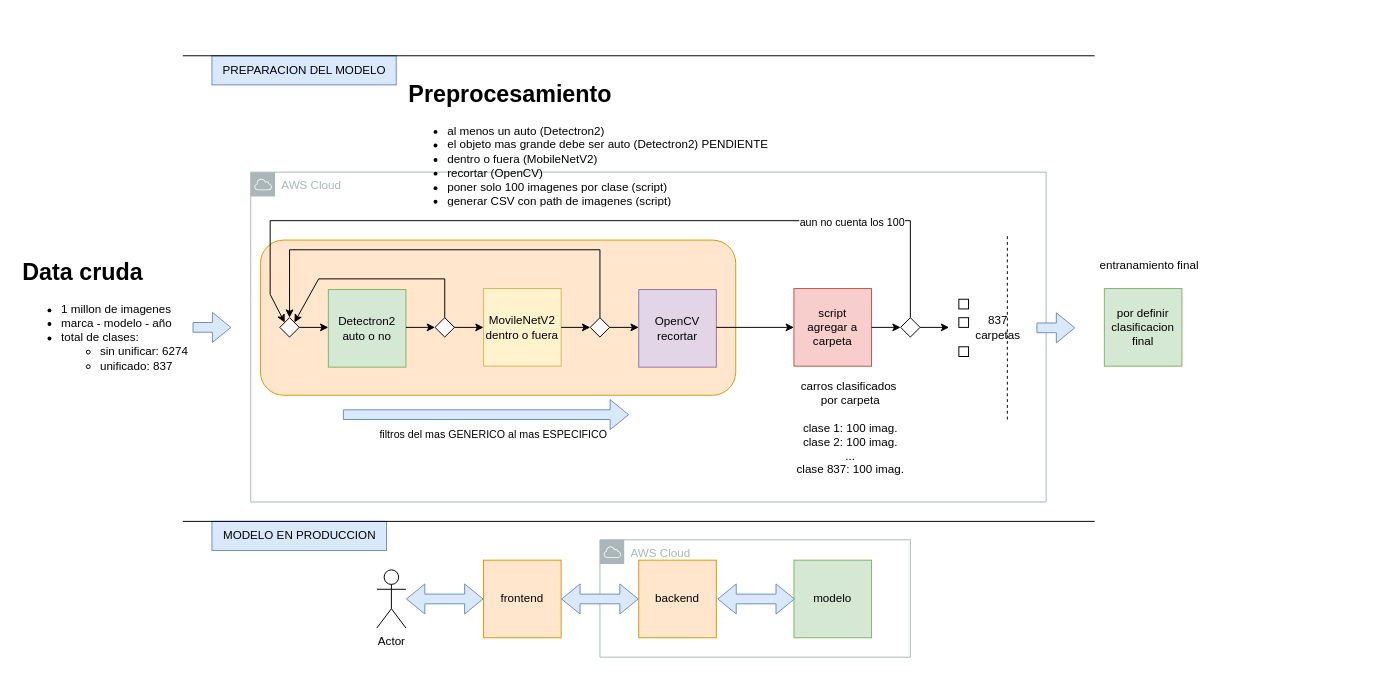
Above: documentation/Diagrama sin título.drawio in josueelias9/AI-resnet_retraining (draw.io), before the change. Source tidied: cells renumbered, new cells numbered last; positions are measured from the earlier drawing's top-left corner, leaving out a move shared by most shapes. Both pictures are drawn from the tidied source at 97%, with x=0, y=0 at pixel (17, 55).
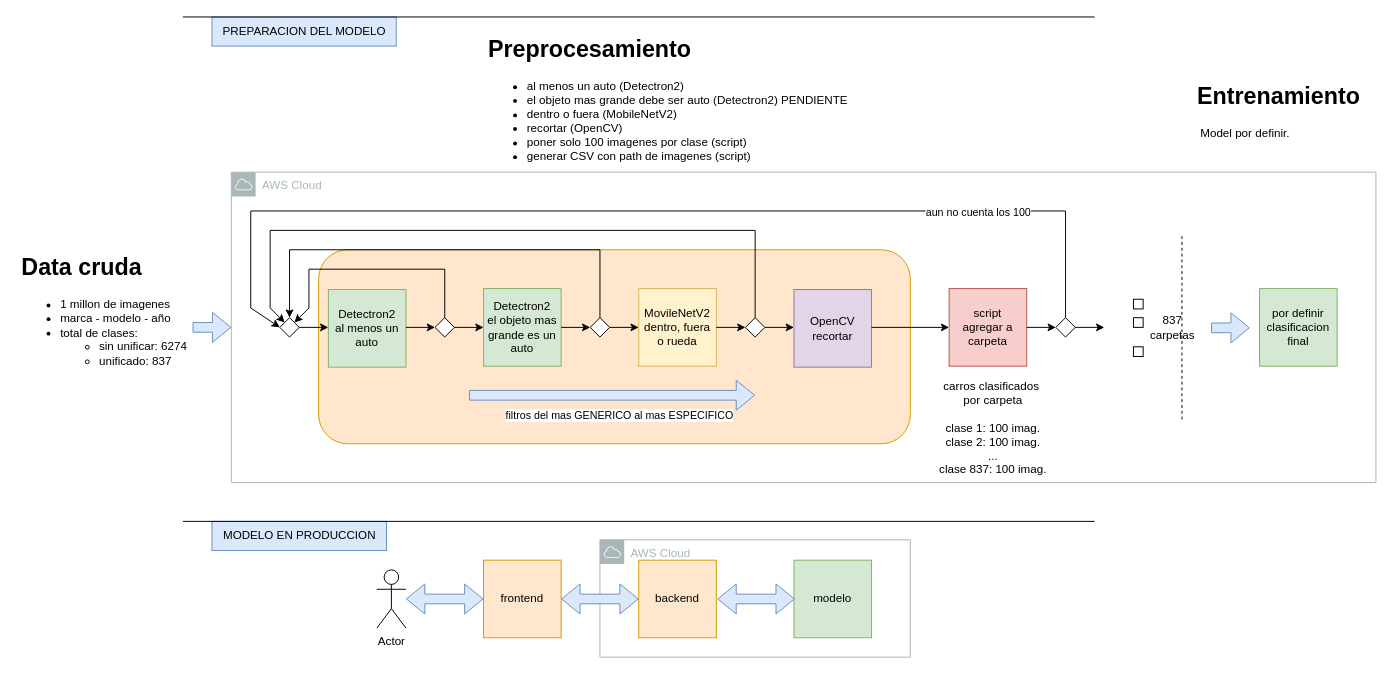
After the change.

Unchanged cells that the change refers to:
```xml
<mxCell id="35" style="rhombus;whiteSpace=wrap;html=1;" parent="1" vertex="1">
  <mxGeometry x="270" y="270" width="20" height="20" as="geometry" />
</mxCell>
```

Diff of the diagram source:
```diff
@@
     <mxCell id="2" value="AWS Cloud" style="sketch=0;gradientColor=none;html=1;whiteSpace=wrap;fontSize=12;fontStyle=0;shape=mxgraph.aws4.group;grIcon=mxgraph.aws4.group_aws_cloud;strokeColor=#AAB7B8;fillColor=none;verticalAlign=top;align=left;spacingLeft=30;fontColor=#AAB7B8;dashed=0;" parent="1" vertex="1">
-      <mxGeometry x="240" y="120" width="820" height="340" as="geometry" />
+      <mxGeometry x="220" y="120" width="1180" height="320" as="geometry" />
     </mxCell>
     <mxCell id="3" style="rounded=1;whiteSpace=wrap;html=1;fillColor=#ffe6cc;strokeColor=#d79b00;" parent="1" vertex="1">
-      <mxGeometry x="250" y="190" width="490" height="160" as="geometry" />
+      <mxGeometry x="310" y="200" width="610" height="200" as="geometry" />
     </mxCell>
@@
-    <mxCell id="5" value="Detectron2&lt;br&gt;auto o no" style="whiteSpace=wrap;html=1;fillColor=#d5e8d4;strokeColor=#82b366;" parent="1" vertex="1">
+    <mxCell id="5" value="Detectron2&lt;br&gt;al menos un auto" style="whiteSpace=wrap;html=1;fillColor=#d5e8d4;strokeColor=#82b366;" parent="1" vertex="1">
       <mxGeometry x="320" y="241" width="80" height="80" as="geometry" />
     </mxCell>
@@
-    <mxCell id="7" value="MovileNetV2&lt;br&gt;dentro o fuera" style="whiteSpace=wrap;html=1;fillColor=#fff2cc;strokeColor=#d6b656;" parent="1" vertex="1">
-      <mxGeometry x="480" y="240" width="80" height="80" as="geometry" />
+    <mxCell id="7" value="MovileNetV2&lt;br&gt;dentro, fuera o rueda" style="whiteSpace=wrap;html=1;fillColor=#fff2cc;strokeColor=#d6b656;" parent="1" vertex="1">
+      <mxGeometry x="640" y="240" width="80" height="80" as="geometry" />
     </mxCell>
     <mxCell id="8" style="shape=flexArrow;endArrow=classic;html=1;rounded=0;fillColor=#dae8fc;strokeColor=#6c8ebf;" parent="1" edge="1">
       <mxGeometry relative="1" as="geometry">
-        <mxPoint x="1050" y="280.5" as="sourcePoint" />
-        <mxPoint x="1090" y="280.5" as="targetPoint" />
+        <mxPoint x="1230" y="280.5" as="sourcePoint" />
+        <mxPoint x="1270" y="280.5" as="targetPoint" />
       </mxGeometry>
     </mxCell>
     <mxCell id="9" value="carros clasificados&amp;nbsp;&lt;br&gt;por carpeta&lt;br&gt;&lt;br&gt;clase 1: 100 imag.&lt;br&gt;clase 2: 100&amp;nbsp;imag.&lt;br&gt;...&lt;br&gt;clase 837: 100&amp;nbsp;imag." style="text;html=1;align=center;verticalAlign=middle;strokeColor=none;fillColor=none;" parent="1" vertex="1">
-      <mxGeometry x="793" y="327" width="129" height="113" as="geometry" />
+      <mxGeometry x="940" y="327" width="129" height="113" as="geometry" />
     </mxCell>
     <mxCell id="10" value="OpenCV&lt;br&gt;recortar" style="whiteSpace=wrap;html=1;fillColor=#e1d5e7;strokeColor=#9673a6;" parent="1" vertex="1">
-      <mxGeometry x="640" y="241" width="80" height="80" as="geometry" />
+      <mxGeometry x="800" y="241" width="80" height="80" as="geometry" />
     </mxCell>
     <mxCell id="11" value="por definir&lt;br&gt;clasificacion final" style="whiteSpace=wrap;html=1;fillColor=#d5e8d4;strokeColor=#82b366;" parent="1" vertex="1">
-      <mxGeometry x="1120" y="240" width="80" height="80" as="geometry" />
+      <mxGeometry x="1280" y="240" width="80" height="80" as="geometry" />
     </mxCell>
     <mxCell id="12" value="script&lt;br&gt;agregar a carpeta" style="whiteSpace=wrap;html=1;fillColor=#f8cecc;strokeColor=#b85450;" parent="1" vertex="1">
-      <mxGeometry x="800" y="240" width="80" height="80" as="geometry" />
+      <mxGeometry x="960" y="240" width="80" height="80" as="geometry" />
     </mxCell>
-    <mxCell id="13" value="entranamiento final" style="text;html=1;align=center;verticalAlign=middle;strokeColor=none;fillColor=none;" parent="1" vertex="1">
-      <mxGeometry x="1106" y="203" width="120" height="26" as="geometry" />
-    </mxCell>
     <mxCell id="14" style="endArrow=none;dashed=1;html=1;rounded=0;" parent="1" edge="1">
       <mxGeometry relative="1" as="geometry">
-        <mxPoint x="1020" y="375" as="sourcePoint" />
-        <mxPoint x="1020" y="185" as="targetPoint" />
+        <mxPoint x="1200" y="375" as="sourcePoint" />
+        <mxPoint x="1200" y="185" as="targetPoint" />
       </mxGeometry>
     </mxCell>
     <mxCell id="15" style="shape=flexArrow;endArrow=classic;html=1;rounded=0;fillColor=#dae8fc;strokeColor=#6c8ebf;" parent="1" edge="1">
       <mxGeometry relative="1" as="geometry">
-        <mxPoint x="335" y="370" as="sourcePoint" />
-        <mxPoint x="630" y="370" as="targetPoint" />
+        <mxPoint x="465" y="350" as="sourcePoint" />
+        <mxPoint x="760" y="350" as="targetPoint" />
       </mxGeometry>
     </mxCell>
@@
     <mxCell id="17" style="rounded=0;whiteSpace=wrap;html=1;" parent="1" vertex="1">
-      <mxGeometry x="970" y="251" width="10" height="10" as="geometry" />
+      <mxGeometry x="1150" y="251" width="10" height="10" as="geometry" />
     </mxCell>
     <mxCell id="18" style="rounded=0;whiteSpace=wrap;html=1;" parent="1" vertex="1">
-      <mxGeometry x="970" y="270" width="10" height="10" as="geometry" />
+      <mxGeometry x="1150" y="270" width="10" height="10" as="geometry" />
     </mxCell>
     <mxCell id="19" style="rounded=0;whiteSpace=wrap;html=1;" parent="1" vertex="1">
-      <mxGeometry x="970" y="300" width="10" height="10" as="geometry" />
+      <mxGeometry x="1150" y="300" width="10" height="10" as="geometry" />
     </mxCell>
     <mxCell id="20" value="837&lt;br&gt;carpetas" style="text;html=1;align=center;verticalAlign=middle;strokeColor=none;fillColor=none;" parent="1" vertex="1">
-      <mxGeometry x="975" y="260" width="70" height="40" as="geometry" />
+      <mxGeometry x="1155" y="260" width="70" height="40" as="geometry" />
     </mxCell>
@@
     <mxCell id="28" value="PREPARACION DEL MODELO" style="text;html=1;align=center;verticalAlign=middle;strokeColor=#6c8ebf;fillColor=#dae8fc;" parent="1" vertex="1">
-      <mxGeometry x="200" width="190" height="30" as="geometry" />
+      <mxGeometry x="200" y="-40" width="190" height="30" as="geometry" />
     </mxCell>
@@
-    <mxCell id="32" style="endArrow=classic;html=1;rounded=0;entryX=0;entryY=0.5;entryDx=0;entryDy=0;" parent="1" edge="1" target="7">
+    <mxCell id="32" style="endArrow=classic;html=1;rounded=0;entryX=0;entryY=0.5;entryDx=0;entryDy=0;" parent="1" edge="1" target="50">
       <mxGeometry relative="1" as="geometry">
         <mxPoint x="450" y="280" as="sourcePoint" />
       </mxGeometry>
     </mxCell>
@@
     <mxCell id="34" style="endArrow=classic;html=1;rounded=0;exitX=0.5;exitY=0;exitDx=0;exitDy=0;entryX=1;entryY=0;entryDx=0;entryDy=0;" parent="1" edge="1">
       <mxGeometry relative="1" as="geometry">
         <mxPoint x="440" y="270" as="sourcePoint" />
         <mxPoint x="285" y="275" as="targetPoint" />
         <Array as="points">
-          <mxPoint x="440" y="230" />
-          <mxPoint x="310" y="230" />
+          <mxPoint x="440" y="220" />
+          <mxPoint x="300" y="220" />
+          <mxPoint x="300" y="260" />
         </Array>
       </mxGeometry>
     </mxCell>
@@
     <mxCell id="37" style="endArrow=classic;html=1;rounded=0;entryX=0;entryY=0.5;entryDx=0;entryDy=0;" parent="1" edge="1">
       <mxGeometry relative="1" as="geometry">
-        <mxPoint x="560" y="280" as="sourcePoint" />
-        <mxPoint x="590" y="280" as="targetPoint" />
+        <mxPoint x="720" y="280" as="sourcePoint" />
+        <mxPoint x="750" y="280" as="targetPoint" />
       </mxGeometry>
     </mxCell>
     <mxCell id="38" style="endArrow=classic;html=1;rounded=0;entryX=0;entryY=0.5;entryDx=0;entryDy=0;" parent="1" edge="1">
       <mxGeometry relative="1" as="geometry">
-        <mxPoint x="610" y="280" as="sourcePoint" />
-        <mxPoint x="640" y="280" as="targetPoint" />
+        <mxPoint x="770" y="280" as="sourcePoint" />
+        <mxPoint x="800" y="280" as="targetPoint" />
       </mxGeometry>
     </mxCell>
     <mxCell id="39" style="endArrow=classic;html=1;rounded=0;entryX=0;entryY=0.5;entryDx=0;entryDy=0;" parent="1" edge="1" target="12">
       <mxGeometry relative="1" as="geometry">
-        <mxPoint x="720" y="280" as="sourcePoint" />
+        <mxPoint x="880" y="280" as="sourcePoint" />
       </mxGeometry>
     </mxCell>
     <mxCell id="40" style="rhombus;whiteSpace=wrap;html=1;" parent="1" vertex="1">
-      <mxGeometry x="590" y="270" width="20" height="20" as="geometry" />
+      <mxGeometry x="750" y="270" width="20" height="20" as="geometry" />
     </mxCell>
-    <mxCell id="41" style="endArrow=classic;html=1;rounded=0;entryX=0.5;entryY=0;entryDx=0;entryDy=0;" parent="1" edge="1" target="35">
+    <mxCell id="41" style="endArrow=classic;html=1;rounded=0;entryX=0;entryY=0;entryDx=0;entryDy=0;exitX=0.5;exitY=0;exitDx=0;exitDy=0;" parent="1" edge="1" source="40" target="35">
       <mxGeometry relative="1" as="geometry">
-        <mxPoint x="600" y="270" as="sourcePoint" />
         <Array as="points">
-          <mxPoint x="600" y="200" />
-          <mxPoint x="280" y="200" />
+          <mxPoint x="760" y="180" />
+          <mxPoint x="260" y="180" />
+          <mxPoint x="260" y="260" />
         </Array>
       </mxGeometry>
     </mxCell>
     <mxCell id="42" style="endArrow=none;html=1;rounded=0;" parent="1" edge="1">
       <mxGeometry relative="1" as="geometry">
-        <mxPoint x="170" as="sourcePoint" />
-        <mxPoint x="1110" as="targetPoint" />
+        <mxPoint x="170" y="-40" as="sourcePoint" />
+        <mxPoint x="1110" y="-40" as="targetPoint" />
       </mxGeometry>
     </mxCell>
     <mxCell id="43" value="&lt;h1&gt;Data cruda&lt;/h1&gt;&lt;ul&gt;&lt;li&gt;&lt;span style=&quot;&quot;&gt;1 millon de imagenes&lt;/span&gt;&lt;/li&gt;&lt;li&gt;&lt;span style=&quot;&quot;&gt;marca - modelo - año&lt;/span&gt;&lt;/li&gt;&lt;li&gt;&lt;span style=&quot;&quot;&gt;total de clases:&lt;/span&gt;&lt;/li&gt;&lt;ul&gt;&lt;li&gt;&lt;span style=&quot;&quot;&gt;sin unificar: 6274&lt;/span&gt;&lt;/li&gt;&lt;li&gt;&lt;span style=&quot;&quot;&gt;unificado: 837&lt;/span&gt;&lt;/li&gt;&lt;/ul&gt;&lt;/ul&gt;&lt;p&gt;&lt;/p&gt;" style="text;html=1;strokeColor=none;fillColor=none;spacing=5;spacingTop=-20;whiteSpace=wrap;overflow=hidden;rounded=0;" parent="1" vertex="1">
-      <mxGeometry y="204" width="190" height="144" as="geometry" />
+      <mxGeometry x="-1" y="199" width="190" height="144" as="geometry" />
     </mxCell>
     <mxCell id="44" style="rhombus;whiteSpace=wrap;html=1;" parent="1" vertex="1">
-      <mxGeometry x="910" y="270" width="20" height="20" as="geometry" />
+      <mxGeometry x="1070" y="270" width="20" height="20" as="geometry" />
     </mxCell>
     <mxCell id="45" style="endArrow=classic;html=1;rounded=0;entryX=0;entryY=0.5;entryDx=0;entryDy=0;" parent="1" edge="1">
       <mxGeometry relative="1" as="geometry">
-        <mxPoint x="880" y="280" as="sourcePoint" />
-        <mxPoint x="910" y="280" as="targetPoint" />
+        <mxPoint x="1040" y="280" as="sourcePoint" />
+        <mxPoint x="1070" y="280" as="targetPoint" />
       </mxGeometry>
     </mxCell>
-    <mxCell id="46" style="endArrow=classic;html=1;rounded=0;entryX=0;entryY=0;entryDx=0;entryDy=0;" parent="1" edge="1" target="35">
+    <mxCell id="46" style="endArrow=classic;html=1;rounded=0;entryX=0;entryY=0.5;entryDx=0;entryDy=0;exitX=0.5;exitY=0;exitDx=0;exitDy=0;" parent="1" edge="1" source="44" target="35">
       <mxGeometry relative="1" as="geometry">
-        <mxPoint x="920" y="270" as="sourcePoint" />
         <Array as="points">
-          <mxPoint x="920" y="170" />
-          <mxPoint x="260" y="170" />
-          <mxPoint x="260" y="246" />
+          <mxPoint x="1080" y="160" />
+          <mxPoint x="240" y="160" />
+          <mxPoint x="240" y="260" />
         </Array>
       </mxGeometry>
     </mxCell>
@@
     <mxCell id="48" style="endArrow=classic;html=1;rounded=0;entryX=0;entryY=0.5;entryDx=0;entryDy=0;" parent="1" edge="1">
       <mxGeometry relative="1" as="geometry">
-        <mxPoint x="930" y="280" as="sourcePoint" />
-        <mxPoint x="960" y="280" as="targetPoint" />
+        <mxPoint x="1090" y="280" as="sourcePoint" />
+        <mxPoint x="1120" y="280" as="targetPoint" />
       </mxGeometry>
     </mxCell>
     <mxCell id="49" value="&lt;h1&gt;Preprocesamiento&lt;/h1&gt;&lt;p&gt;&lt;/p&gt;&lt;ul&gt;&lt;li&gt;&lt;span style=&quot;background-color: initial;&quot;&gt;al menos un auto (Detectron2)&lt;/span&gt;&lt;/li&gt;&lt;li&gt;el objeto mas grande debe ser auto (Detectron2) PENDIENTE&lt;/li&gt;&lt;li&gt;&lt;span style=&quot;background-color: initial;&quot;&gt;dentro o fuera (MobileNetV2)&lt;/span&gt;&lt;/li&gt;&lt;li&gt;&lt;span style=&quot;background-color: initial;&quot;&gt;recortar (OpenCV)&lt;/span&gt;&lt;/li&gt;&lt;li&gt;&lt;span style=&quot;background-color: initial;&quot;&gt;poner solo 100 imagenes por clase (script)&lt;/span&gt;&lt;/li&gt;&lt;li&gt;&lt;span style=&quot;background-color: initial;&quot;&gt;generar CSV con path de imagenes&amp;nbsp;&lt;/span&gt;(script)&lt;/li&gt;&lt;/ul&gt;" style="text;html=1;strokeColor=none;fillColor=none;spacing=5;spacingTop=-20;whiteSpace=wrap;overflow=hidden;rounded=0;" parent="1" vertex="1">
-      <mxGeometry x="398" y="20" width="387" height="136" as="geometry" />
+      <mxGeometry x="480" y="-26" width="387" height="136" as="geometry" />
     </mxCell>
+    <mxCell id="50" value="Detectron2&lt;br&gt;el objeto mas grande es un auto" style="whiteSpace=wrap;html=1;fillColor=#d5e8d4;strokeColor=#82b366;" parent="1" vertex="1">
+      <mxGeometry x="480" y="240" width="80" height="80" as="geometry" />
+    </mxCell>
+    <mxCell id="51" style="rhombus;whiteSpace=wrap;html=1;" parent="1" vertex="1">
+      <mxGeometry x="590" y="270" width="20" height="20" as="geometry" />
+    </mxCell>
+    <mxCell id="52" style="endArrow=classic;html=1;rounded=0;entryX=0;entryY=0.5;entryDx=0;entryDy=0;" parent="1" edge="1">
+      <mxGeometry relative="1" as="geometry">
+        <mxPoint x="560" y="280" as="sourcePoint" />
+        <mxPoint x="590" y="280" as="targetPoint" />
+      </mxGeometry>
+    </mxCell>
+    <mxCell id="53" style="endArrow=classic;html=1;rounded=0;entryX=0;entryY=0.5;entryDx=0;entryDy=0;" parent="1" edge="1">
+      <mxGeometry relative="1" as="geometry">
+        <mxPoint x="610" y="280" as="sourcePoint" />
+        <mxPoint x="640" y="280" as="targetPoint" />
+      </mxGeometry>
+    </mxCell>
+    <mxCell id="54" style="endArrow=classic;html=1;rounded=0;entryX=0.5;entryY=0;entryDx=0;entryDy=0;" parent="1" edge="1" target="35">
+      <mxGeometry relative="1" as="geometry">
+        <mxPoint x="600" y="270" as="sourcePoint" />
+        <Array as="points">
+          <mxPoint x="600" y="200" />
+          <mxPoint x="280" y="200" />
+        </Array>
+      </mxGeometry>
+    </mxCell>
+    <mxCell id="55" value="&lt;h1&gt;Entrenamiento&lt;/h1&gt;&lt;p&gt;&amp;nbsp;Model por definir.&lt;/p&gt;" style="text;html=1;strokeColor=none;fillColor=none;spacing=5;spacingTop=-20;whiteSpace=wrap;overflow=hidden;rounded=0;" parent="1" vertex="1">
+      <mxGeometry x="1211" y="22" width="190" height="120" as="geometry" />
+    </mxCell>
```
